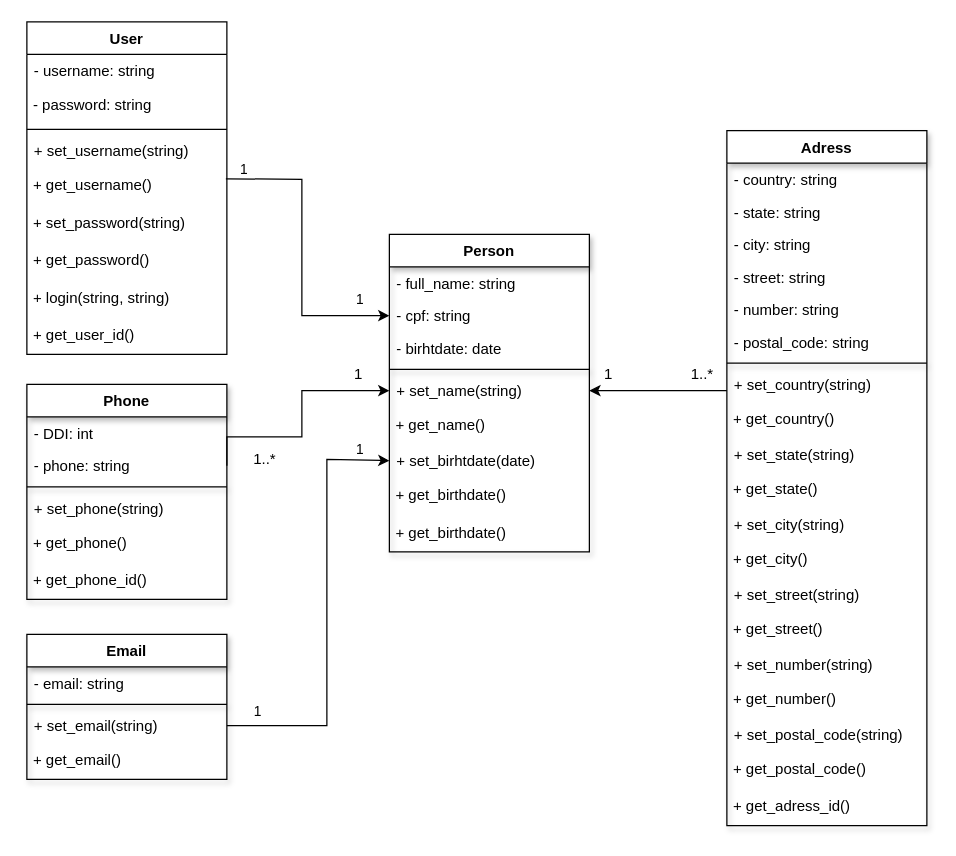
nobreerick/authetication_service keeps this draw.io diagram as api/documentation/Diagrama sem nome.drawio. Above is the earlier version. Source tidied: cells renumbered, new cells numbered last; positions are measured from the earlier drawing's top-left corner, leaving out a move shared by most shapes. Both pictures are drawn from the tidied source at 125%, with x=0, y=0 at pixel (26, 21).
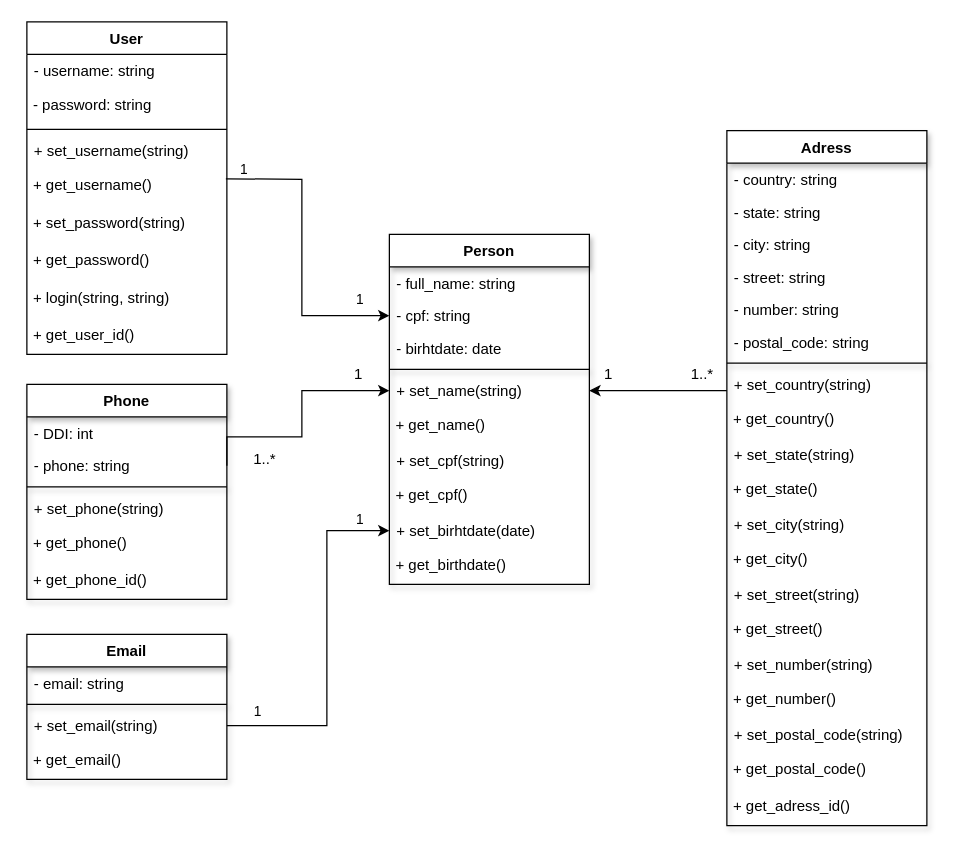
The same diagram, later.

Unchanged cells that the change refers to:
```xml
<mxCell id="46" value="+ set_email(string)" style="text;strokeColor=none;fillColor=none;align=left;verticalAlign=top;spacingLeft=4;spacingRight=4;overflow=hidden;points=[[0,0.5],[1,0.5]];portConstraint=eastwest;" parent="43" vertex="1">
  <mxGeometry y="60" width="160" height="26" as="geometry" />
</mxCell>
```

Diff of the diagram source:
```diff
@@
     <mxCell id="12" value="Person" style="swimlane;fontStyle=1;align=center;verticalAlign=top;horizontal=1;startSize=26;shadow=1;" parent="1" vertex="1">
-      <mxGeometry x="290" y="170" width="160" height="254" as="geometry" />
+      <mxGeometry x="290" y="170" width="160" height="280" as="geometry" />
     </mxCell>
@@
+    <mxCell id="67" value="+ set_cpf(string)" style="text;strokeColor=none;fillColor=none;align=left;verticalAlign=top;spacingLeft=4;spacingRight=4;overflow=hidden;" parent="12" vertex="1">
+      <mxGeometry y="168" width="160" height="26" as="geometry" />
+    </mxCell>
+    <mxCell id="68" value="&amp;nbsp;+ get_cpf()" style="text;html=1;align=left;verticalAlign=middle;fillColor=none;strokeColor=none;rounded=0;shadow=1;" parent="12" vertex="1">
+      <mxGeometry y="194" width="160" height="30" as="geometry" />
+    </mxCell>
     <mxCell id="19" value="+ set_birhtdate(date)" style="text;strokeColor=none;fillColor=none;align=left;verticalAlign=top;spacingLeft=4;spacingRight=4;overflow=hidden;points=[[0,0.5],[1,0.5]];portConstraint=eastwest;" parent="12" vertex="1">
-      <mxGeometry y="168" width="160" height="26" as="geometry" />
+      <mxGeometry y="224" width="160" height="26" as="geometry" />
     </mxCell>
     <mxCell id="20" value="&amp;nbsp;+ get_birthdate()" style="text;html=1;align=left;verticalAlign=middle;fillColor=none;strokeColor=none;rounded=0;shadow=1;" parent="12" vertex="1">
-      <mxGeometry y="194" width="160" height="30" as="geometry" />
+      <mxGeometry y="250" width="160" height="30" as="geometry" />
     </mxCell>
-    <mxCell id="21" value="&amp;nbsp;+ get_birthdate()" style="text;html=1;align=left;verticalAlign=middle;fillColor=none;strokeColor=none;rounded=0;shadow=1;" parent="12" vertex="1">
-      <mxGeometry y="224" width="160" height="30" as="geometry" />
-    </mxCell>
@@
     <mxCell id="48" style="endArrow=classic;html=1;rounded=0;exitX=1;exitY=0.5;exitDx=0;exitDy=0;entryX=0;entryY=0.5;entryDx=0;entryDy=0;" parent="1" edge="1" source="46" target="19">
       <mxGeometry relative="1" as="geometry">
         <Array as="points">
           <mxPoint x="240" y="563" />
           <mxPoint x="240" y="440" />
-          <mxPoint x="240" y="350" />
+          <mxPoint x="240" y="407" />
         </Array>
       </mxGeometry>
     </mxCell>
```
